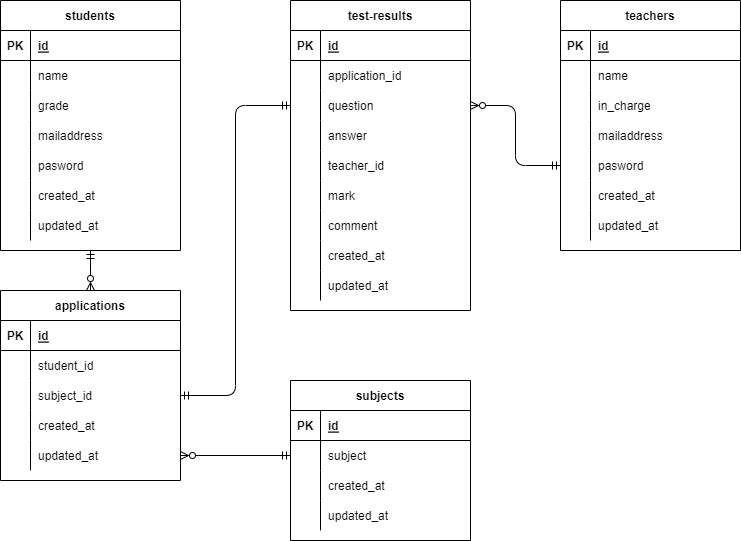
Above: index.drawio.png in sakurakoy/20221021yonemizu (draw.io), before the change. Source tidied: cells renumbered, new cells last; positions are measured from the earlier drawing's top-left corner, leaving out a move shared by most shapes.
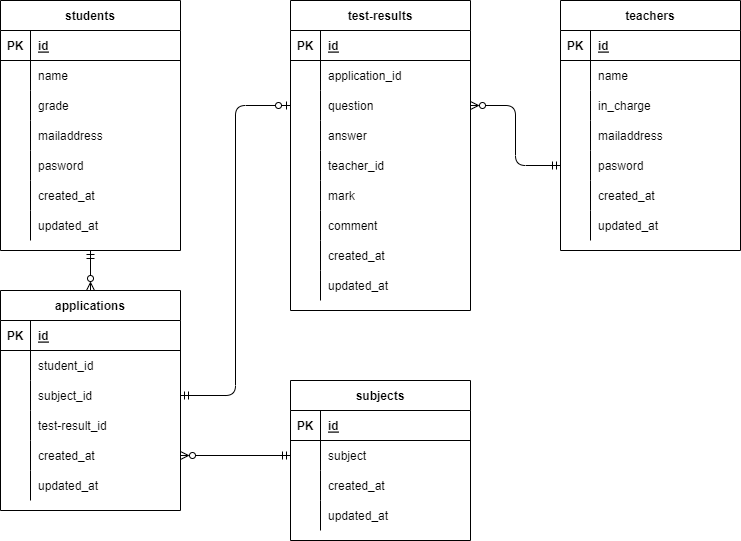
Above is the later version.

Change to the diagram source:
```diff
@@ -71,11 +71,11 @@
     <mxCell id="24" value="updated_at" style="shape=partialRectangle;fillColor=none;top=0;left=0;bottom=0;right=0;align=left;spacingLeft=6;overflow=hidden;" parent="22" vertex="1">
       <mxGeometry x="30" width="150" height="30" as="geometry" />
     </mxCell>
-    <mxCell id="25" style="edgeStyle=none;html=1;startArrow=ERmandOne;startFill=0;endArrow=ERzeroToMany;endFill=0;entryX=1;entryY=0.5;entryDx=0;entryDy=0;exitX=0;exitY=0.5;exitDx=0;exitDy=0;" parent="1" edge="1" source="46" target="39">
+    <mxCell id="25" style="edgeStyle=none;html=1;startArrow=ERmandOne;startFill=0;endArrow=ERzeroToMany;endFill=0;entryX=1;entryY=0.5;entryDx=0;entryDy=0;exitX=0;exitY=0.5;exitDx=0;exitDy=0;" parent="1" edge="1" source="46" target="36">
       <mxGeometry relative="1" as="geometry" />
     </mxCell>
     <mxCell id="26" value="applications" style="shape=table;startSize=30;rowLines=0;fontStyle=1;align=center;" parent="1" vertex="1">
-      <mxGeometry y="290" width="180" height="190" as="geometry" />
+      <mxGeometry y="290" width="180" height="220" as="geometry" />
     </mxCell>
     <mxCell id="27" style="shape=partialRectangle;fillColor=none;top=0;left=0;bottom=1;right=0;" parent="26" vertex="1">
       <mxGeometry y="30" width="180" height="30" as="geometry" />
@@ -104,8 +104,17 @@
     <mxCell id="35" value="subject_id" style="shape=partialRectangle;fillColor=none;top=0;left=0;bottom=0;right=0;align=left;spacingLeft=6;overflow=hidden;" parent="33" vertex="1">
       <mxGeometry x="30" width="150" height="30" as="geometry" />
     </mxCell>
+    <mxCell id="107" style="shape=partialRectangle;fillColor=none;top=0;left=0;bottom=0;right=0;" parent="26" vertex="1">
+      <mxGeometry y="120" width="180" height="30" as="geometry" />
+    </mxCell>
+    <mxCell id="108" style="shape=partialRectangle;fillColor=none;top=0;left=0;bottom=0;right=0;overflow=hidden;" parent="107" vertex="1">
+      <mxGeometry width="30" height="30" as="geometry" />
+    </mxCell>
+    <mxCell id="109" value="test-result_id" style="shape=partialRectangle;fillColor=none;top=0;left=0;bottom=0;right=0;align=left;spacingLeft=6;overflow=hidden;" parent="107" vertex="1">
+      <mxGeometry x="30" width="150" height="30" as="geometry" />
+    </mxCell>
     <mxCell id="36" style="shape=partialRectangle;fillColor=none;top=0;left=0;bottom=0;right=0;points=[[0,0.5],[1,0.5]];portConstraint=eastwest;" parent="26" vertex="1">
-      <mxGeometry y="120" width="180" height="30" as="geometry" />
+      <mxGeometry y="150" width="180" height="30" as="geometry" />
     </mxCell>
     <mxCell id="37" style="shape=partialRectangle;fillColor=none;top=0;left=0;bottom=0;right=0;overflow=hidden;" parent="36" vertex="1">
       <mxGeometry width="30" height="30" as="geometry" />
@@ -114,7 +123,7 @@
       <mxGeometry x="30" width="150" height="30" as="geometry" />
     </mxCell>
     <mxCell id="39" style="shape=partialRectangle;fillColor=none;top=0;left=0;bottom=0;right=0;points=[[0,0.5],[1,0.5]];portConstraint=eastwest;" parent="26" vertex="1">
-      <mxGeometry y="150" width="180" height="30" as="geometry" />
+      <mxGeometry y="180" width="180" height="30" as="geometry" />
     </mxCell>
     <mxCell id="40" style="shape=partialRectangle;fillColor=none;top=0;left=0;bottom=0;right=0;overflow=hidden;" parent="39" vertex="1">
       <mxGeometry width="30" height="30" as="geometry" />
@@ -314,7 +323,7 @@
     <mxCell id="105" value="updated_at" style="shape=partialRectangle;fillColor=none;top=0;left=0;bottom=0;right=0;align=left;spacingLeft=6;overflow=hidden;" parent="103" vertex="1">
       <mxGeometry x="30" width="150" height="30" as="geometry" />
     </mxCell>
-    <mxCell id="106" style="edgeStyle=orthogonalEdgeStyle;html=1;exitX=1;exitY=0.5;exitDx=0;exitDy=0;entryX=0;entryY=0.5;entryDx=0;entryDy=0;startArrow=ERmandOne;startFill=0;endArrow=ERmandOne;endFill=0;" parent="1" edge="1" source="33" target="62">
+    <mxCell id="106" style="edgeStyle=orthogonalEdgeStyle;html=1;exitX=1;exitY=0.5;exitDx=0;exitDy=0;entryX=0;entryY=0.5;entryDx=0;entryDy=0;startArrow=ERmandOne;startFill=0;endArrow=ERzeroToOne;endFill=0;" parent="1" edge="1" source="33" target="62">
       <mxGeometry relative="1" as="geometry" />
     </mxCell>
   </root>
```
